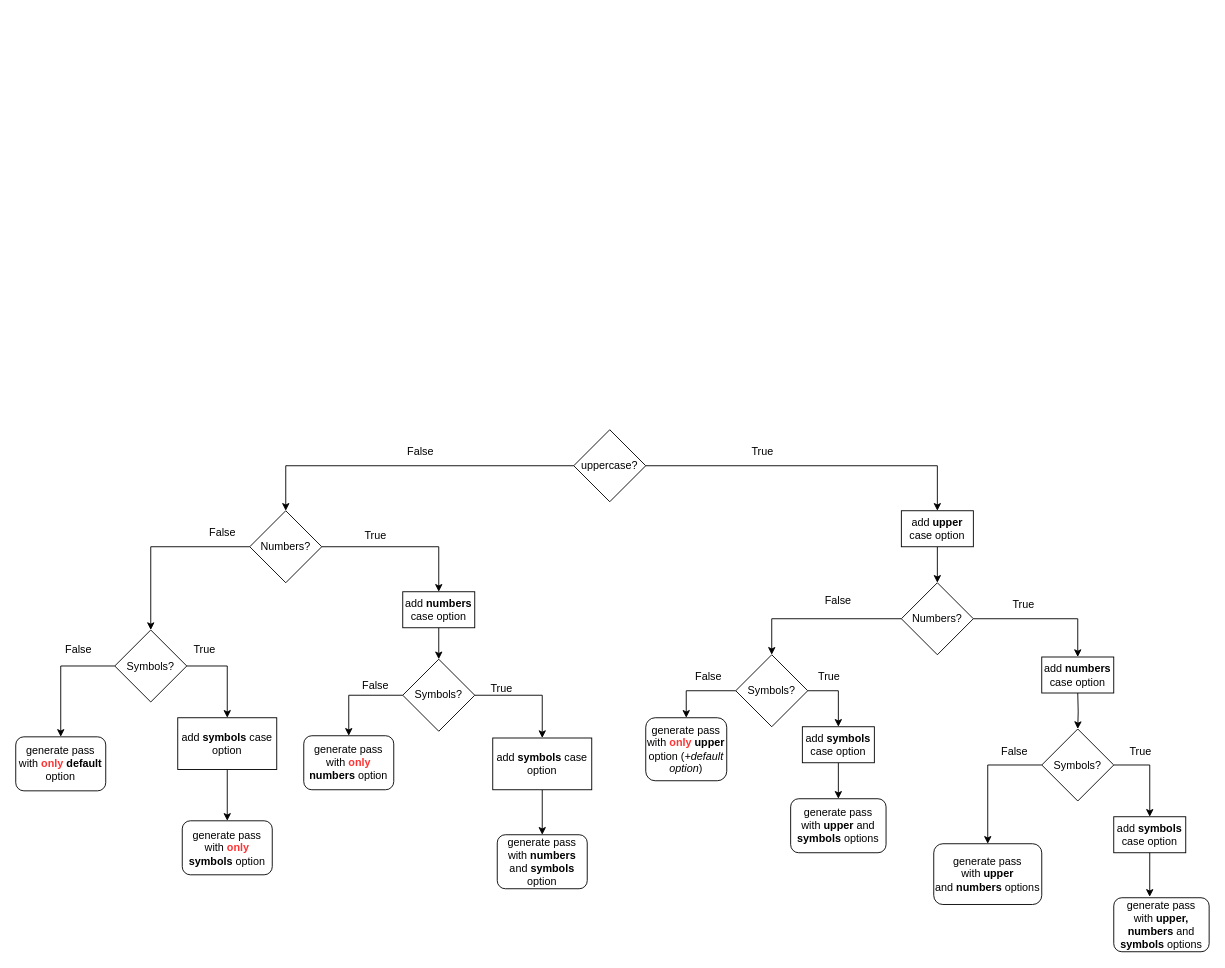
Before: page "generate_random_pass" (2 of 3) of Password Generator.drawio in AndzejK/passGenerator, a draw.io diagram. Source tidied: cells renumbered, new cells numbered last; positions are measured from the earlier drawing's top-left corner, leaving out a move shared by most shapes. Both pictures are drawn from the tidied source at 90%, with x=0, y=0 at pixel (15, 429).
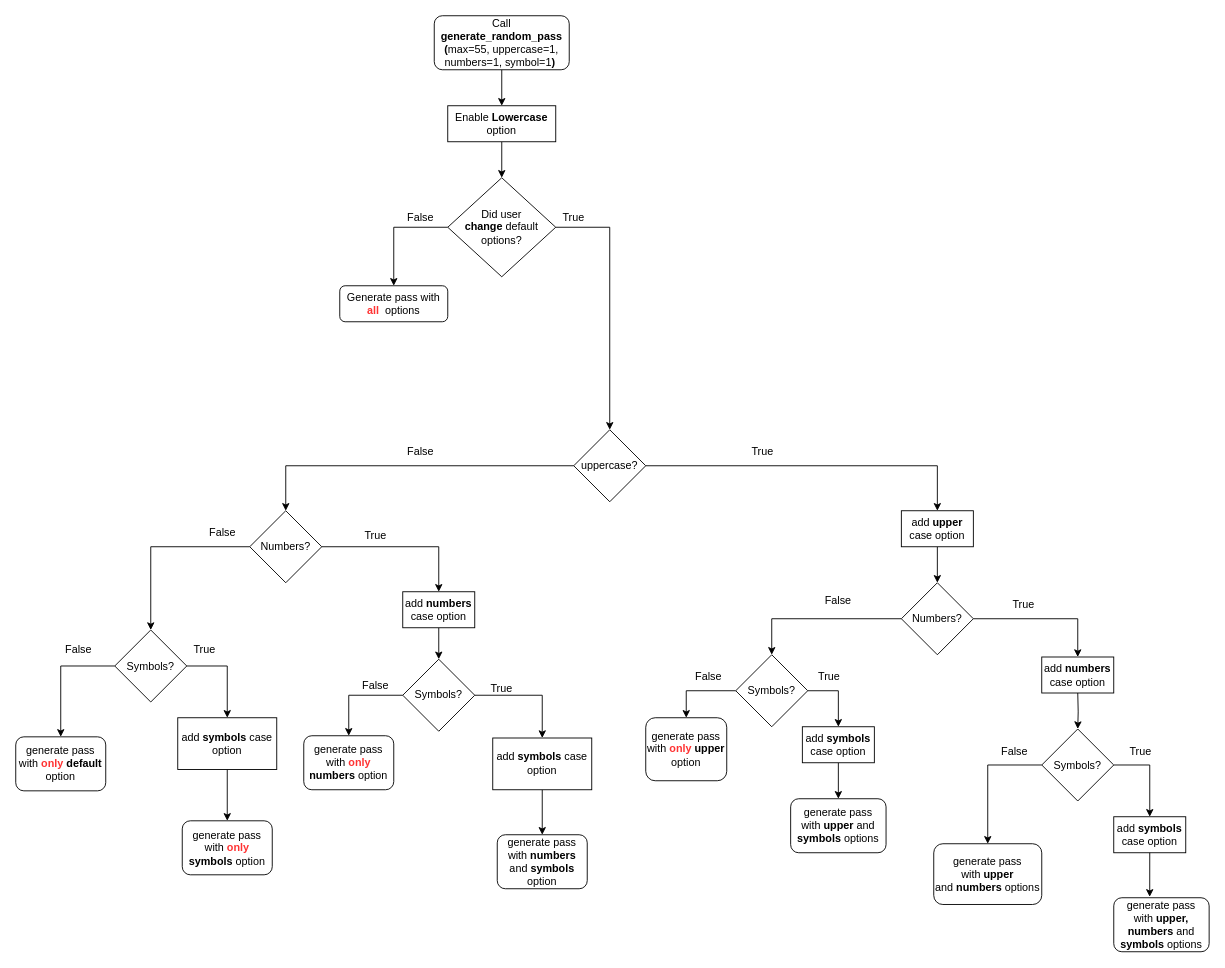
The same page after the edit.

Commit message:
generate_random_pass fully depict.1drawio

The change refers to these unchanged cells:
```xml
<mxCell id="4" value="uppercase?" style="rhombus;whiteSpace=wrap;html=1;" parent="1" vertex="1">
  <mxGeometry x="620" width="80" height="80" as="geometry" />
</mxCell>
```

Change to the diagram source:
```diff
@@
-    <mxCell id="37" value="generate pass with &lt;b&gt;&lt;font color=&quot;#ff3333&quot;&gt;only&lt;/font&gt;&lt;/b&gt; &lt;b&gt;upper&lt;/b&gt; option (&lt;i&gt;+default option&lt;/i&gt;)" style="rounded=1;whiteSpace=wrap;html=1;" parent="1" vertex="1">
+    <mxCell id="37" value="generate pass with &lt;b&gt;&lt;font color=&quot;#ff3333&quot;&gt;only&lt;/font&gt;&lt;/b&gt; &lt;b&gt;upper&lt;/b&gt; option" style="rounded=1;whiteSpace=wrap;html=1;" parent="1" vertex="1">
       <mxGeometry x="700" y="320" width="90" height="70" as="geometry" />
     </mxCell>
@@
+    <mxCell id="59" style="edgeStyle=orthogonalEdgeStyle;rounded=0;jettySize=auto;html=1;exitX=0.5;exitY=1;exitDx=0;exitDy=0;entryX=0.5;entryY=0;entryDx=0;entryDy=0;" parent="1" edge="1" source="60" target="62">
+      <mxGeometry relative="1" as="geometry" />
+    </mxCell>
+    <mxCell id="60" value="Enable &lt;b&gt;Lowercase&lt;/b&gt; option" style="rounded=0;whiteSpace=wrap;html=1;" parent="1" vertex="1">
+      <mxGeometry x="480" y="-360" width="120" height="40" as="geometry" />
+    </mxCell>
+    <mxCell id="61" style="edgeStyle=orthogonalEdgeStyle;rounded=0;jettySize=auto;html=1;exitX=0;exitY=0.5;exitDx=0;exitDy=0;entryX=0.5;entryY=0;entryDx=0;entryDy=0;" parent="1" edge="1" source="62" target="65">
+      <mxGeometry relative="1" as="geometry" />
+    </mxCell>
+    <mxCell id="62" value="Did user &lt;b&gt;change&lt;/b&gt;&amp;nbsp;default options?" style="rhombus;whiteSpace=wrap;html=1;" parent="1" vertex="1">
+      <mxGeometry x="480" y="-280" width="120" height="110" as="geometry" />
+    </mxCell>
+    <mxCell id="63" value="True" style="text;html=1;align=center;verticalAlign=middle;whiteSpace=wrap;rounded=0;" parent="1" vertex="1">
+      <mxGeometry x="590" y="-250" width="60" height="30" as="geometry" />
+    </mxCell>
+    <mxCell id="64" style="endArrow=classic;html=1;rounded=0;exitX=1;exitY=0.5;exitDx=0;exitDy=0;entryX=0.5;entryY=0;entryDx=0;entryDy=0;" parent="1" edge="1" source="62" target="4">
+      <mxGeometry relative="1" as="geometry">
+        <Array as="points">
+          <mxPoint x="660" y="-225" />
+        </Array>
+      </mxGeometry>
+    </mxCell>
+    <mxCell id="65" value="Generate pass with &lt;font color=&quot;#ff3333&quot;&gt;&lt;span style=&quot;caret-color: rgb(255, 51, 51);&quot;&gt;&lt;b&gt;all&amp;nbsp;&lt;/b&gt;&lt;/span&gt;&lt;/font&gt;&amp;nbsp;options" style="rounded=1;whiteSpace=wrap;html=1;" parent="1" vertex="1">
+      <mxGeometry x="360" y="-160" width="120" height="40" as="geometry" />
+    </mxCell>
+    <mxCell id="66" value="False" style="text;html=1;align=center;verticalAlign=middle;whiteSpace=wrap;rounded=0;" parent="1" vertex="1">
+      <mxGeometry x="420" y="-250" width="60" height="30" as="geometry" />
+    </mxCell>
+    <mxCell id="67" style="edgeStyle=orthogonalEdgeStyle;rounded=0;jettySize=auto;html=1;exitX=0.5;exitY=1;exitDx=0;exitDy=0;" parent="1" edge="1" source="68" target="60">
+      <mxGeometry relative="1" as="geometry" />
+    </mxCell>
+    <mxCell id="68" value="Call&lt;br&gt;&lt;b&gt;generate_random_pass (&lt;/b&gt;max=55, uppercase=1, numbers=1, symbol=1&lt;b&gt;)&lt;/b&gt;&amp;nbsp;" style="rounded=1;whiteSpace=wrap;html=1;" parent="1" vertex="1">
+      <mxGeometry x="465" y="-460" width="150" height="60" as="geometry" />
+    </mxCell>
```
